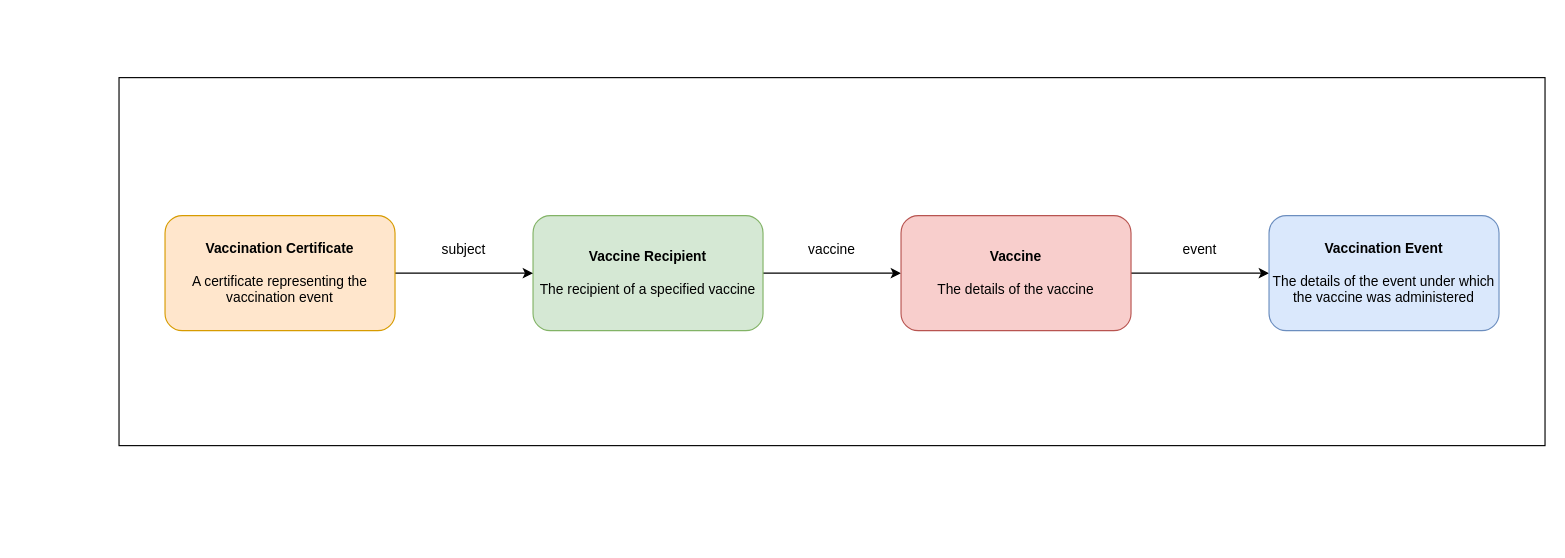
w3c-ccg/vaccination-vocab keeps this draw.io diagram as assets/information-model.drawio. Above is the earlier version. Source tidied: cells renumbered, new cells numbered last; positions are measured from the earlier drawing's top-left corner, leaving out a move shared by most shapes. Both pictures are drawn from the tidied source at 115%, with x=0, y=0 at pixel (118, 77).
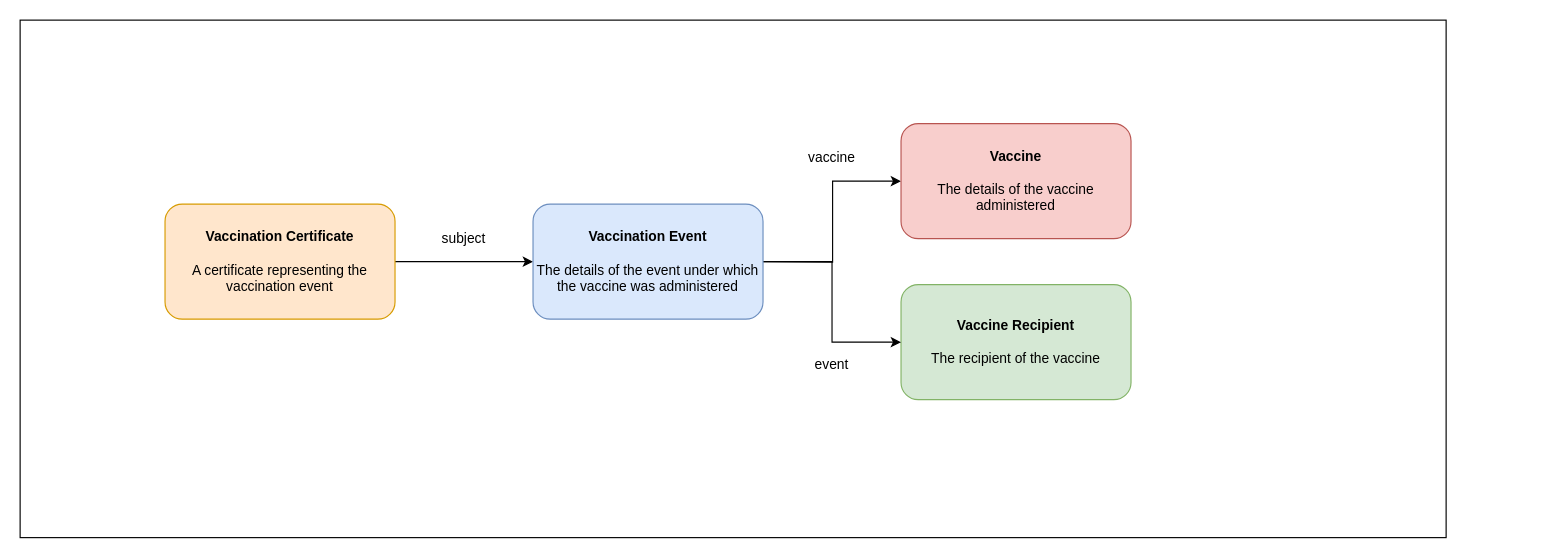
The same diagram, later.

Commit message (it also covers changes not shown here):
refactor: data model relationship between the elements of a vaccine certificate

The edit, as a diff of the source:
```diff
@@
 <mxGraphModel>
   <root>
     <mxCell id="0" />
     <mxCell id="1" parent="0" />
     <mxCell id="2" style="rounded=0;whiteSpace=wrap;html=1;" parent="1" vertex="1">
-      <mxGeometry width="1240" height="320" as="geometry" />
+      <mxGeometry x="-86" y="-50" width="1240" height="450" as="geometry" />
     </mxCell>
-    <mxCell id="3" style="edgeStyle=orthogonalEdgeStyle;rounded=0;jettySize=auto;html=1;exitX=1;exitY=0.5;exitDx=0;exitDy=0;entryX=0;entryY=0.5;entryDx=0;entryDy=0;" parent="1" edge="1" source="4" target="6">
-      <mxGeometry relative="1" as="geometry" />
+    <mxCell id="3" style="edgeStyle=orthogonalEdgeStyle;rounded=0;jettySize=auto;html=1;exitX=1;exitY=0.5;exitDx=0;exitDy=0;entryX=0;entryY=0.5;entryDx=0;entryDy=0;" parent="1" edge="1" target="6">
+      <mxGeometry relative="1" as="geometry">
+        <mxPoint x="560" y="160" as="sourcePoint" />
+      </mxGeometry>
     </mxCell>
-    <mxCell id="4" value="&lt;font&gt;&lt;b&gt;Vaccine Recipient&lt;/b&gt;&lt;br&gt;&lt;br&gt;The recipient of a specified vaccine&lt;br&gt;&lt;/font&gt;" style="rounded=1;whiteSpace=wrap;html=1;fillColor=#d5e8d4;strokeColor=#82b366;" parent="1" vertex="1">
-      <mxGeometry x="360" y="120" width="200" height="100" as="geometry" />
-    </mxCell>
-    <mxCell id="5" style="edgeStyle=orthogonalEdgeStyle;rounded=0;jettySize=auto;html=1;exitX=1;exitY=0.5;exitDx=0;exitDy=0;" parent="1" edge="1" source="6" target="7">
-      <mxGeometry relative="1" as="geometry" />
-    </mxCell>
-    <mxCell id="6" value="&lt;font&gt;&lt;b&gt;Vaccine&lt;/b&gt;&lt;br&gt;&lt;br&gt;The details of the vaccine&lt;br&gt;&lt;/font&gt;" style="rounded=1;whiteSpace=wrap;html=1;fillColor=#f8cecc;strokeColor=#b85450;" parent="1" vertex="1">
-      <mxGeometry x="680" y="120" width="200" height="100" as="geometry" />
+    <mxCell id="6" value="&lt;font&gt;&lt;b&gt;Vaccine&lt;/b&gt;&lt;br&gt;&lt;br&gt;The details of the vaccine administered&lt;br&gt;&lt;/font&gt;" style="rounded=1;whiteSpace=wrap;html=1;fillColor=#f8cecc;strokeColor=#b85450;" parent="1" vertex="1">
+      <mxGeometry x="680" y="40" width="200" height="100" as="geometry" />
     </mxCell>
-    <mxCell id="7" value="&lt;font&gt;&lt;b&gt;Vaccination Event&lt;/b&gt;&lt;br&gt;&lt;br&gt;The details of the event under which the vaccine was administered&lt;br&gt;&lt;/font&gt;" style="rounded=1;whiteSpace=wrap;html=1;fillColor=#dae8fc;strokeColor=#6c8ebf;" parent="1" vertex="1">
-      <mxGeometry x="1000" y="120" width="200" height="100" as="geometry" />
-    </mxCell>
     <mxCell id="8" value="vaccine" style="text;html=1;strokeColor=none;fillColor=none;align=center;verticalAlign=middle;whiteSpace=wrap;rounded=0;" parent="1" vertex="1">
-      <mxGeometry x="600" y="140" width="40" height="20" as="geometry" />
+      <mxGeometry x="600" y="60" width="40" height="20" as="geometry" />
     </mxCell>
     <mxCell id="9" value="event" style="text;html=1;strokeColor=none;fillColor=none;align=center;verticalAlign=middle;whiteSpace=wrap;rounded=0;" parent="1" vertex="1">
-      <mxGeometry x="920" y="140" width="40" height="20" as="geometry" />
+      <mxGeometry x="600" y="240" width="40" height="20" as="geometry" />
     </mxCell>
-    <mxCell id="10" style="edgeStyle=orthogonalEdgeStyle;rounded=0;jettySize=auto;html=1;exitX=1;exitY=0.5;exitDx=0;exitDy=0;entryX=0;entryY=0.5;entryDx=0;entryDy=0;" parent="1" edge="1" source="11" target="4">
-      <mxGeometry relative="1" as="geometry" />
+    <mxCell id="10" style="edgeStyle=orthogonalEdgeStyle;rounded=0;jettySize=auto;html=1;exitX=1;exitY=0.5;exitDx=0;exitDy=0;entryX=0;entryY=0.5;entryDx=0;entryDy=0;" parent="1" edge="1" source="11">
+      <mxGeometry relative="1" as="geometry">
+        <mxPoint x="360" y="160" as="targetPoint" />
+      </mxGeometry>
     </mxCell>
     <mxCell id="11" value="&lt;font&gt;&lt;b&gt;Vaccination Certificate&lt;/b&gt;&lt;br&gt;&lt;br&gt;A certificate representing the vaccination event&lt;br&gt;&lt;/font&gt;" style="rounded=1;whiteSpace=wrap;html=1;fillColor=#ffe6cc;strokeColor=#d79b00;" parent="1" vertex="1">
-      <mxGeometry x="40" y="120" width="200" height="100" as="geometry" />
+      <mxGeometry x="40" y="110" width="200" height="100" as="geometry" />
     </mxCell>
     <mxCell id="12" value="subject" style="text;html=1;strokeColor=none;fillColor=none;align=center;verticalAlign=middle;whiteSpace=wrap;rounded=0;" parent="1" vertex="1">
-      <mxGeometry x="280" y="140" width="40" height="20" as="geometry" />
+      <mxGeometry x="280" y="130" width="40" height="20" as="geometry" />
     </mxCell>
+    <mxCell id="13" value="&lt;font&gt;&lt;b&gt;Vaccine Recipient&lt;/b&gt;&lt;br&gt;&lt;br&gt;The recipient of the vaccine&lt;br&gt;&lt;/font&gt;" style="rounded=1;whiteSpace=wrap;html=1;fillColor=#d5e8d4;strokeColor=#82b366;" parent="1" vertex="1">
+      <mxGeometry x="680" y="180" width="200" height="100" as="geometry" />
+    </mxCell>
+    <mxCell id="14" style="edgeStyle=orthogonalEdgeStyle;rounded=0;jettySize=auto;html=1;exitX=1;exitY=0.5;exitDx=0;exitDy=0;entryX=0;entryY=0.5;entryDx=0;entryDy=0;" parent="1" edge="1" source="7" target="13">
+      <mxGeometry relative="1" as="geometry" />
+    </mxCell>
+    <mxCell id="7" value="&lt;font&gt;&lt;b&gt;Vaccination Event&lt;/b&gt;&lt;br&gt;&lt;br&gt;The details of the event under which the vaccine was administered&lt;br&gt;&lt;/font&gt;" style="rounded=1;whiteSpace=wrap;html=1;fillColor=#dae8fc;strokeColor=#6c8ebf;" parent="1" vertex="1">
+      <mxGeometry x="360" y="110" width="200" height="100" as="geometry" />
+    </mxCell>
   </root>
 </mxGraphModel>
```
